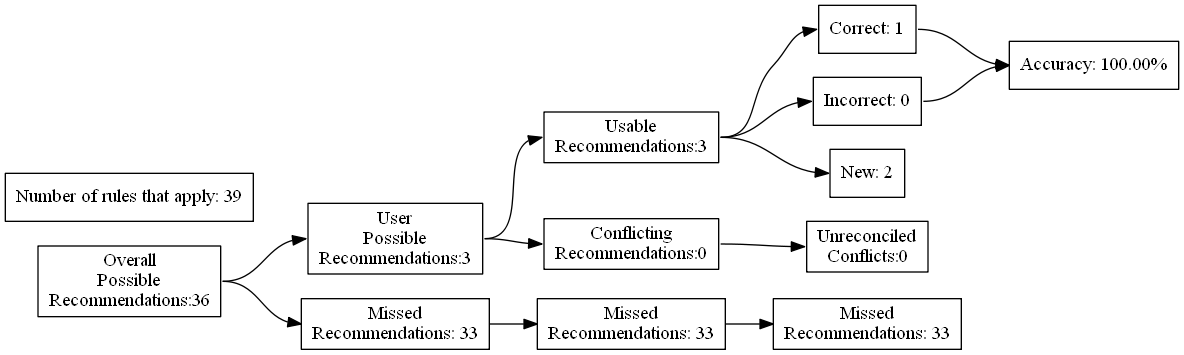
Before: test_renders/14.gv.png, a diagram exported from Graphviz (ZaxR/ibd_diet_analysis). Its source is kept beside it as test_renders/14.gv.
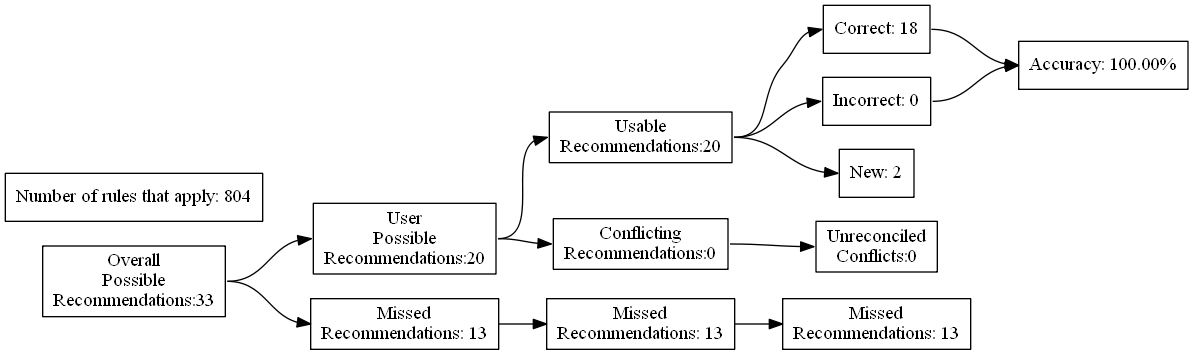
After the commit.

Change to the diagram source:
```diff
@@ -4,27 +4,27 @@
 	edge [headport=w tailport=e]
 		A [label="Overall
 Possible
-Recommendations:36"]
+Recommendations:33"]
 		B [label="User
 Possible
-Recommendations:3"]
+Recommendations:20"]
 		C [label="Missed
-Recommendations: 33"]
+Recommendations: 13"]
 		D [label="Usable
-Recommendations:3"]
+Recommendations:20"]
 		E [label="Conflicting
 Recommendations:0"]
 		J [label="Missed
-Recommendations: 33"]
+Recommendations: 13"]
 		M [label="Unreconciled
 Conflicts:0"]
-		F [label="Correct: 1"]
+		F [label="Correct: 18"]
 		G [label="Incorrect: 0"]
 		H [label="New: 2"]
 		K [label="Missed
-Recommendations: 33"]
+Recommendations: 13"]
 		I [label="Accuracy: 100.00%"]
-		l [label="Number of rules that apply: 39"]
+		l [label="Number of rules that apply: 804"]
 			A -> B
 			A -> C
 			B -> D
```
